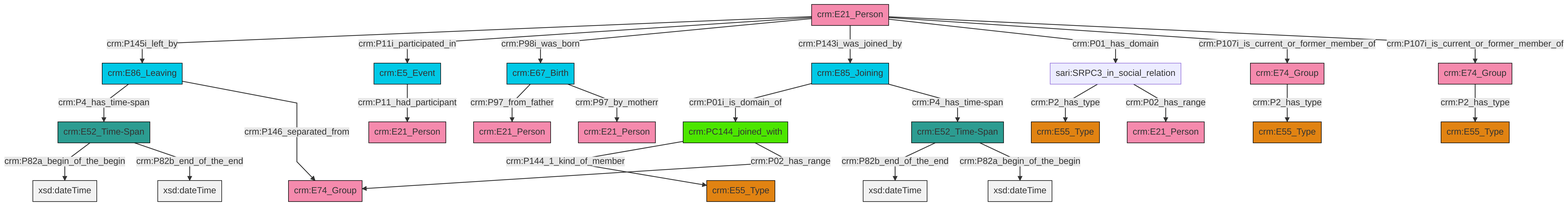
Earlier version of the Mermaid export et/personCSV/ttl/mmd/png/Person_Actor_Relations.png (swiss-art-research-net/reference-data-models). Its source is kept beside it as et/personCSV/ttl/mmd/Person_Actor_Relations.ttl.mmd.
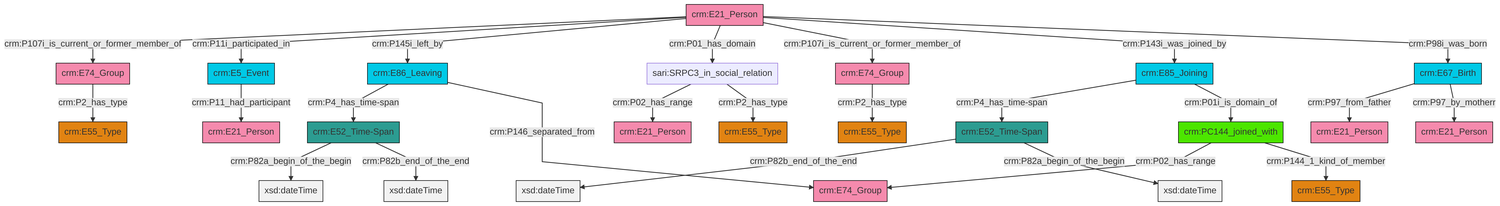
Later version of the same file.

Diff of the diagram source:
```diff
@@ -13,27 +13,27 @@
 classDef PC_Classes fill:#4ce600, stroke:#000000;
 classDef Multi fill:#cccccc,stroke:#000000;
 
-2["crm:E21_Person"]:::Actor -->|crm:P145i_left_by| 3["crm:E86_Leaving"]:::Temporal_Entity
-15["crm:E52_Time-Span"]:::Time-Span -->|crm:P82b_end_of_the_end| 16[xsd:dateTime]:::Literal
-2["crm:E21_Person"]:::Actor -->|crm:P11i_participated_in| 17["crm:E5_Event"]:::Temporal_Entity
-25["crm:PC144_joined_with"]:::PC_Classes -->|crm:P144_1_kind_of_member| 4["crm:E55_Type"]:::Type
-2["crm:E21_Person"]:::Actor -->|crm:P98i_was_born| 12["crm:E67_Birth"]:::Temporal_Entity
-8["crm:E74_Group"]:::Actor -->|crm:P2_has_type| 26["crm:E55_Type"]:::Type
-21["crm:E52_Time-Span"]:::Time-Span -->|crm:P82a_begin_of_the_begin| 29[xsd:dateTime]:::Literal
-15["crm:E52_Time-Span"]:::Time-Span -->|crm:P82a_begin_of_the_begin| 31[xsd:dateTime]:::Literal
-2["crm:E21_Person"]:::Actor -->|crm:P143i_was_joined_by| 32["crm:E85_Joining"]:::Temporal_Entity
-2["crm:E21_Person"]:::Actor -->|crm:P01_has_domain| 33["sari:SRPC3_in_social_relation"]:::Default
-10["crm:E74_Group"]:::Actor -->|crm:P2_has_type| 23["crm:E55_Type"]:::Type
-33["sari:SRPC3_in_social_relation"]:::Default -->|crm:P2_has_type| 34["crm:E55_Type"]:::Type
-33["sari:SRPC3_in_social_relation"]:::Default -->|crm:P02_has_range| 19["crm:E21_Person"]:::Actor
-2["crm:E21_Person"]:::Actor -->|crm:P107i_is_current_or_former_member_of| 8["crm:E74_Group"]:::Actor
-2["crm:E21_Person"]:::Actor -->|crm:P107i_is_current_or_former_member_of| 10["crm:E74_Group"]:::Actor
-21["crm:E52_Time-Span"]:::Time-Span -->|crm:P82b_end_of_the_end| 43[xsd:dateTime]:::Literal
-32["crm:E85_Joining"]:::Temporal_Entity -->|crm:P01i_is_domain_of| 25["crm:PC144_joined_with"]:::PC_Classes
-12["crm:E67_Birth"]:::Temporal_Entity -->|crm:P97_from_father| 39["crm:E21_Person"]:::Actor
-25["crm:PC144_joined_with"]:::PC_Classes -->|crm:P02_has_range| 0["crm:E74_Group"]:::Actor
-3["crm:E86_Leaving"]:::Temporal_Entity -->|crm:P4_has_time-span| 21["crm:E52_Time-Span"]:::Time-Span
-3["crm:E86_Leaving"]:::Temporal_Entity -->|crm:P146_separated_from| 0["crm:E74_Group"]:::Actor
-17["crm:E5_Event"]:::Temporal_Entity -->|crm:P11_had_participant| 6["crm:E21_Person"]:::Actor
-32["crm:E85_Joining"]:::Temporal_Entity -->|crm:P4_has_time-span| 15["crm:E52_Time-Span"]:::Time-Span
-12["crm:E67_Birth"]:::Temporal_Entity -->|crm:P97_by_motherr| 41["crm:E21_Person"]:::Actor
+12["crm:E52_Time-Span"]:::Time-Span -->|crm:P82a_begin_of_the_begin| 13[xsd:dateTime]:::Literal
+14["crm:E21_Person"]:::Actor -->|crm:P107i_is_current_or_former_member_of| 0["crm:E74_Group"]:::Actor
+12["crm:E52_Time-Span"]:::Time-Span -->|crm:P82b_end_of_the_end| 19[xsd:dateTime]:::Literal
+10["crm:E74_Group"]:::Actor -->|crm:P2_has_type| 22["crm:E55_Type"]:::Type
+23["crm:E67_Birth"]:::Temporal_Entity -->|crm:P97_from_father| 2["crm:E21_Person"]:::Actor
+24["crm:E52_Time-Span"]:::Time-Span -->|crm:P82b_end_of_the_end| 25[xsd:dateTime]:::Literal
+14["crm:E21_Person"]:::Actor -->|crm:P11i_participated_in| 26["crm:E5_Event"]:::Temporal_Entity
+0["crm:E74_Group"]:::Actor -->|crm:P2_has_type| 27["crm:E55_Type"]:::Type
+6["crm:E85_Joining"]:::Temporal_Entity -->|crm:P4_has_time-span| 24["crm:E52_Time-Span"]:::Time-Span
+28["crm:PC144_joined_with"]:::PC_Classes -->|crm:P02_has_range| 17["crm:E74_Group"]:::Actor
+8["crm:E86_Leaving"]:::Temporal_Entity -->|crm:P4_has_time-span| 12["crm:E52_Time-Span"]:::Time-Span
+28["crm:PC144_joined_with"]:::PC_Classes -->|crm:P144_1_kind_of_member| 15["crm:E55_Type"]:::Type
+14["crm:E21_Person"]:::Actor -->|crm:P145i_left_by| 8["crm:E86_Leaving"]:::Temporal_Entity
+33["sari:SRPC3_in_social_relation"]:::Default -->|crm:P02_has_range| 20["crm:E21_Person"]:::Actor
+23["crm:E67_Birth"]:::Temporal_Entity -->|crm:P97_by_motherr| 4["crm:E21_Person"]:::Actor
+33["sari:SRPC3_in_social_relation"]:::Default -->|crm:P2_has_type| 36["crm:E55_Type"]:::Type
+14["crm:E21_Person"]:::Actor -->|crm:P01_has_domain| 33["sari:SRPC3_in_social_relation"]:::Default
+24["crm:E52_Time-Span"]:::Time-Span -->|crm:P82a_begin_of_the_begin| 38[xsd:dateTime]:::Literal
+14["crm:E21_Person"]:::Actor -->|crm:P107i_is_current_or_former_member_of| 10["crm:E74_Group"]:::Actor
+6["crm:E85_Joining"]:::Temporal_Entity -->|crm:P01i_is_domain_of| 28["crm:PC144_joined_with"]:::PC_Classes
+8["crm:E86_Leaving"]:::Temporal_Entity -->|crm:P146_separated_from| 17["crm:E74_Group"]:::Actor
+26["crm:E5_Event"]:::Temporal_Entity -->|crm:P11_had_participant| 34["crm:E21_Person"]:::Actor
+14["crm:E21_Person"]:::Actor -->|crm:P143i_was_joined_by| 6["crm:E85_Joining"]:::Temporal_Entity
+14["crm:E21_Person"]:::Actor -->|crm:P98i_was_born| 23["crm:E67_Birth"]:::Temporal_Entity
```
